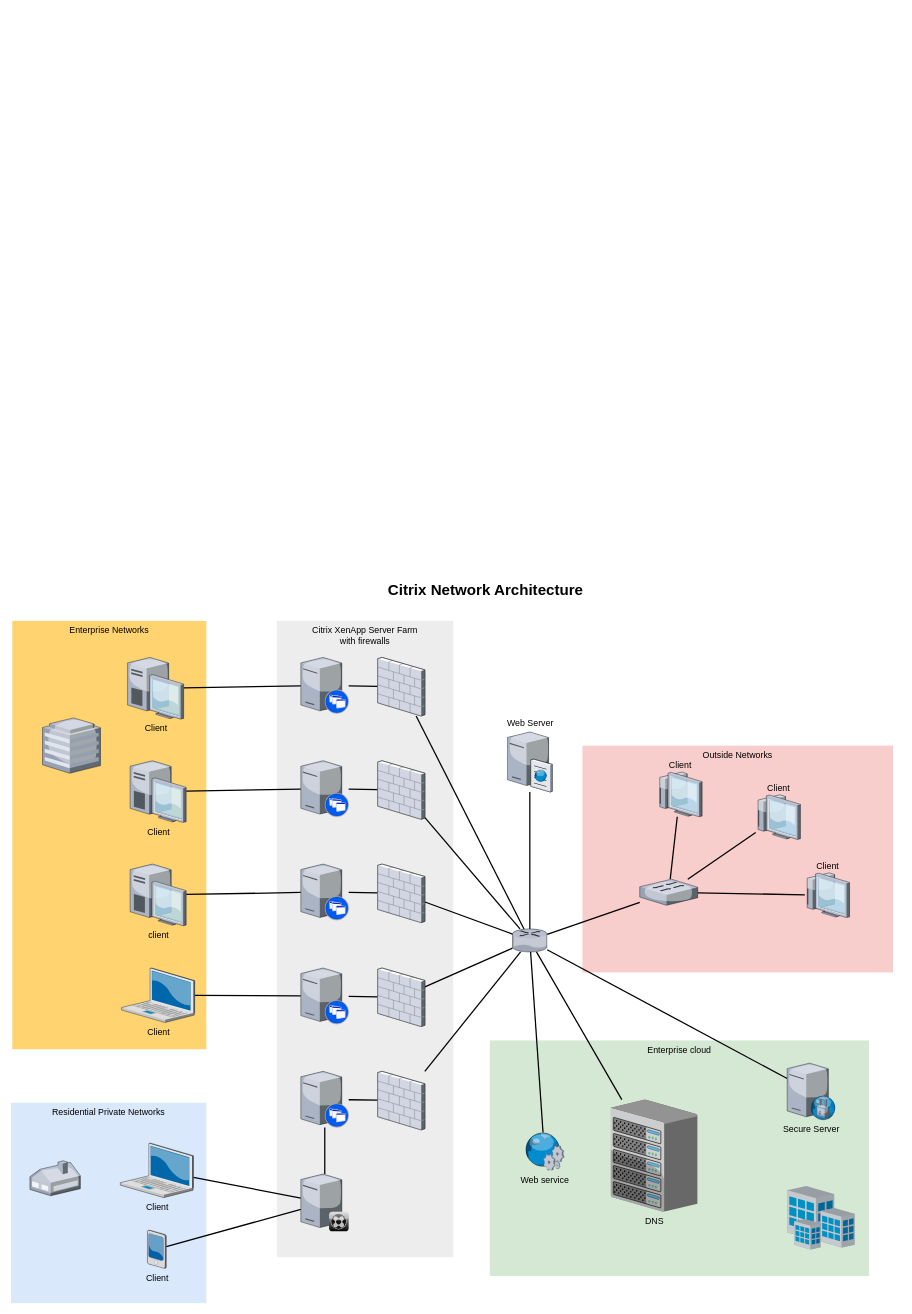
The draw.io diagram smartSiteNetwork.drawio in WOM89757/diagrams, before the edit. Source tidied: cells renumbered, new cells numbered last; positions are measured from the earlier drawing's top-left corner, leaving out a move shared by most shapes. Both pictures are drawn from the tidied source at 63%, with x=0, y=0 at pixel (11, 578).
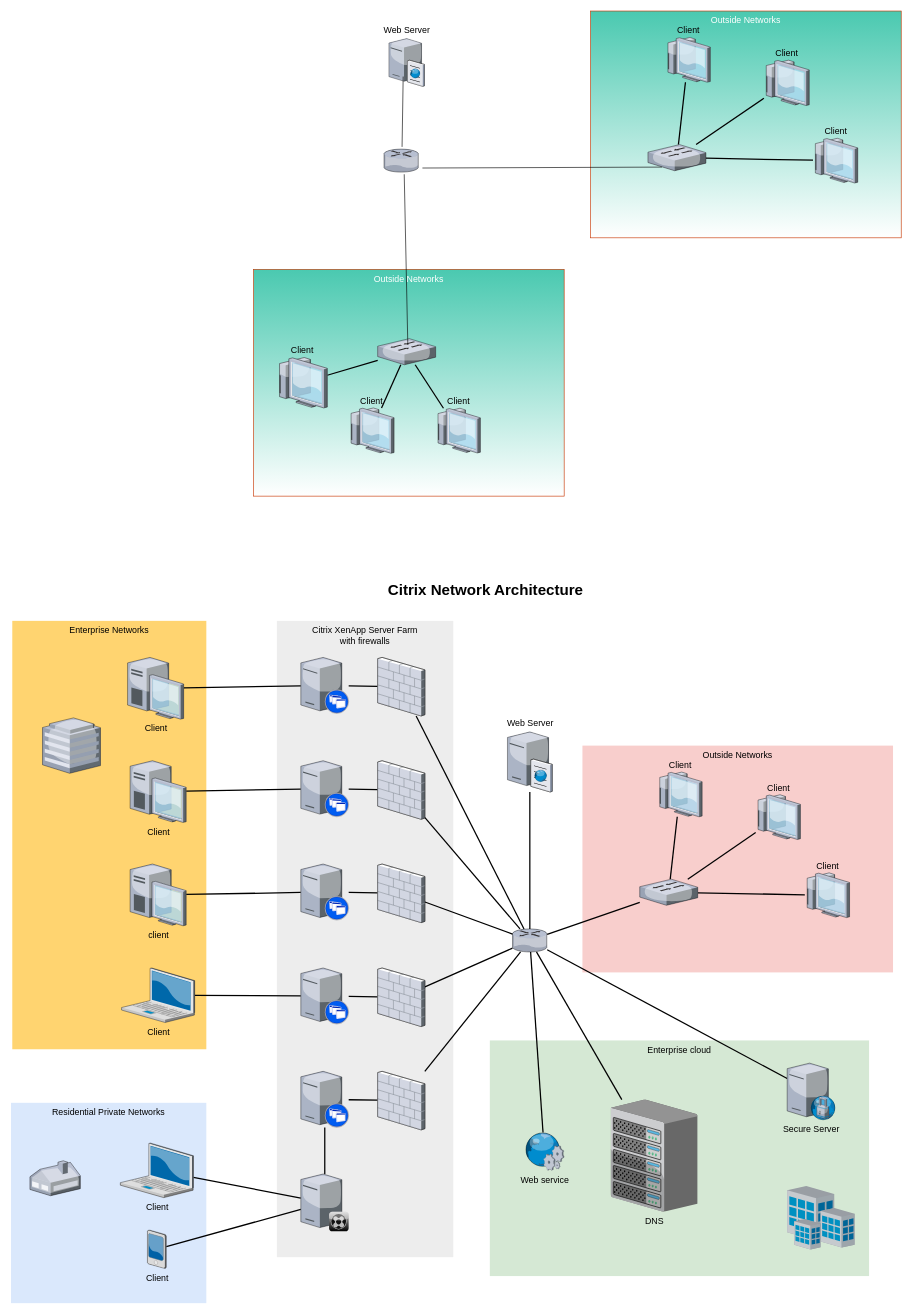
The same diagram, later.

Change to the diagram source:
```diff
@@
+    <mxCell id="62" style="verticalLabelPosition=bottom;html=1;verticalAlign=top;strokeColor=none;shape=mxgraph.citrix.router;fillColor=#66B2FF;gradientColor=#0066CC;fontSize=14;" parent="1" vertex="1">
+      <mxGeometry x="592" y="-680.8" width="55" height="36.5" as="geometry" />
+    </mxCell>
+    <mxCell id="63" value="Web Server" style="verticalLabelPosition=top;html=1;verticalAlign=bottom;strokeColor=none;shape=mxgraph.citrix.cache_server;fillColor=#66B2FF;gradientColor=#0066CC;fontSize=14;labelPosition=center;align=center;" parent="1" vertex="1">
+      <mxGeometry x="599.8" y="-858" width="56.4" height="77.5" as="geometry" />
+    </mxCell>
+    <mxCell id="64" value="Outside Networks" style="whiteSpace=wrap;html=1;fontSize=14;verticalAlign=top;strokeColor=#C73500;fontColor=#ffffff;gradientColor=#ffffff;fillColor=#4AC9B0;" parent="1" vertex="1">
+      <mxGeometry x="920" y="-900" width="493" height="360" as="geometry" />
+    </mxCell>
+    <mxCell id="65" style="edgeStyle=none;rounded=0;html=1;startSize=10;endSize=10;jettySize=auto;fontSize=14;endArrow=none;endFill=0;strokeWidth=2;" parent="1" edge="1" source="68" target="71">
+      <mxGeometry relative="1" as="geometry" />
+    </mxCell>
+    <mxCell id="66" style="edgeStyle=none;rounded=0;html=1;startSize=10;endSize=10;jettySize=auto;fontSize=14;endArrow=none;endFill=0;strokeWidth=2;" parent="1" edge="1" source="68" target="70">
+      <mxGeometry relative="1" as="geometry" />
+    </mxCell>
+    <mxCell id="67" style="edgeStyle=none;rounded=0;html=1;startSize=10;endSize=10;jettySize=auto;fontSize=14;endArrow=none;endFill=0;strokeWidth=2;" parent="1" edge="1" source="68" target="69">
+      <mxGeometry relative="1" as="geometry" />
+    </mxCell>
+    <mxCell id="68" style="verticalLabelPosition=bottom;html=1;verticalAlign=top;strokeColor=none;shape=mxgraph.citrix.switch;fillColor=#66B2FF;gradientColor=#0066CC;fontSize=14;" parent="1" vertex="1">
+      <mxGeometry x="1011" y="-688" width="92" height="41.5" as="geometry" />
+    </mxCell>
+    <mxCell id="69" value="Client" style="verticalLabelPosition=top;html=1;verticalAlign=bottom;strokeColor=none;shape=mxgraph.citrix.thin_client;fillColor=#66B2FF;gradientColor=#0066CC;fontSize=14;labelPosition=center;align=center;" parent="1" vertex="1">
+      <mxGeometry x="1273" y="-698" width="71" height="71" as="geometry" />
+    </mxCell>
+    <mxCell id="70" value="Client" style="verticalLabelPosition=top;html=1;verticalAlign=bottom;strokeColor=none;shape=mxgraph.citrix.thin_client;fillColor=#66B2FF;gradientColor=#0066CC;fontSize=14;labelPosition=center;align=center;" parent="1" vertex="1">
+      <mxGeometry x="1195" y="-822" width="72" height="72" as="geometry" />
+    </mxCell>
+    <mxCell id="71" value="Client" style="verticalLabelPosition=top;html=1;verticalAlign=bottom;strokeColor=none;shape=mxgraph.citrix.thin_client;fillColor=#66B2FF;gradientColor=#0066CC;fontSize=14;labelPosition=center;align=center;" parent="1" vertex="1">
+      <mxGeometry x="1039" y="-858" width="71" height="71" as="geometry" />
+    </mxCell>
+    <mxCell id="72" style="endArrow=none;html=1;entryX=0.241;entryY=0.861;entryDx=0;entryDy=0;entryPerimeter=0;exitX=1.109;exitY=0.822;exitDx=0;exitDy=0;exitPerimeter=0;" parent="1" edge="1" source="62" target="68">
+      <mxGeometry relative="1" as="geometry" />
+    </mxCell>
+    <mxCell id="73" style="endArrow=none;html=1;exitX=0.522;exitY=-0.097;exitDx=0;exitDy=0;exitPerimeter=0;entryX=0.402;entryY=0.8;entryDx=0;entryDy=0;entryPerimeter=0;" parent="1" edge="1" source="62" target="63">
+      <mxGeometry relative="1" as="geometry" />
+    </mxCell>
+    <mxCell id="74" value="Outside Networks" style="whiteSpace=wrap;html=1;fontSize=14;verticalAlign=top;strokeColor=#C73500;fontColor=#ffffff;gradientColor=#ffffff;fillColor=#4AC9B0;" parent="1" vertex="1">
+      <mxGeometry x="385" y="-490" width="493" height="360" as="geometry" />
+    </mxCell>
+    <mxCell id="75" style="edgeStyle=none;rounded=0;html=1;startSize=10;endSize=10;jettySize=auto;fontSize=14;endArrow=none;endFill=0;strokeWidth=2;" parent="1" edge="1" source="78" target="81">
+      <mxGeometry relative="1" as="geometry" />
+    </mxCell>
+    <mxCell id="76" style="edgeStyle=none;rounded=0;html=1;startSize=10;endSize=10;jettySize=auto;fontSize=14;endArrow=none;endFill=0;strokeWidth=2;" parent="1" edge="1" source="78" target="80">
+      <mxGeometry relative="1" as="geometry" />
+    </mxCell>
+    <mxCell id="77" style="edgeStyle=none;rounded=0;html=1;startSize=10;endSize=10;jettySize=auto;fontSize=14;endArrow=none;endFill=0;strokeWidth=2;" parent="1" edge="1" source="78" target="79">
+      <mxGeometry relative="1" as="geometry" />
+    </mxCell>
+    <mxCell id="78" style="verticalLabelPosition=bottom;html=1;verticalAlign=top;strokeColor=none;shape=mxgraph.citrix.switch;fillColor=#66B2FF;gradientColor=#0066CC;fontSize=14;" parent="1" vertex="1">
+      <mxGeometry x="582" y="-380" width="92" height="41.5" as="geometry" />
+    </mxCell>
+    <mxCell id="79" value="Client" style="verticalLabelPosition=top;html=1;verticalAlign=bottom;strokeColor=none;shape=mxgraph.citrix.thin_client;fillColor=#66B2FF;gradientColor=#0066CC;fontSize=14;labelPosition=center;align=center;" parent="1" vertex="1">
+      <mxGeometry x="674" y="-269.5" width="71" height="71" as="geometry" />
+    </mxCell>
+    <mxCell id="80" value="Client" style="verticalLabelPosition=top;html=1;verticalAlign=bottom;strokeColor=none;shape=mxgraph.citrix.thin_client;fillColor=#66B2FF;gradientColor=#0066CC;fontSize=14;labelPosition=center;align=center;" parent="1" vertex="1">
+      <mxGeometry x="536" y="-270" width="72" height="72" as="geometry" />
+    </mxCell>
+    <mxCell id="81" value="Client" style="verticalLabelPosition=top;html=1;verticalAlign=bottom;strokeColor=none;shape=mxgraph.citrix.thin_client;fillColor=#66B2FF;gradientColor=#0066CC;fontSize=14;labelPosition=center;align=center;" parent="1" vertex="1">
+      <mxGeometry x="422" y="-350" width="80" height="80" as="geometry" />
+    </mxCell>
+    <mxCell id="82" style="endArrow=none;html=1;entryX=0.584;entryY=1.093;entryDx=0;entryDy=0;entryPerimeter=0;exitX=0.52;exitY=0.241;exitDx=0;exitDy=0;exitPerimeter=0;" parent="1" edge="1" source="78" target="62">
+      <mxGeometry relative="1" as="geometry" />
+    </mxCell>
```
